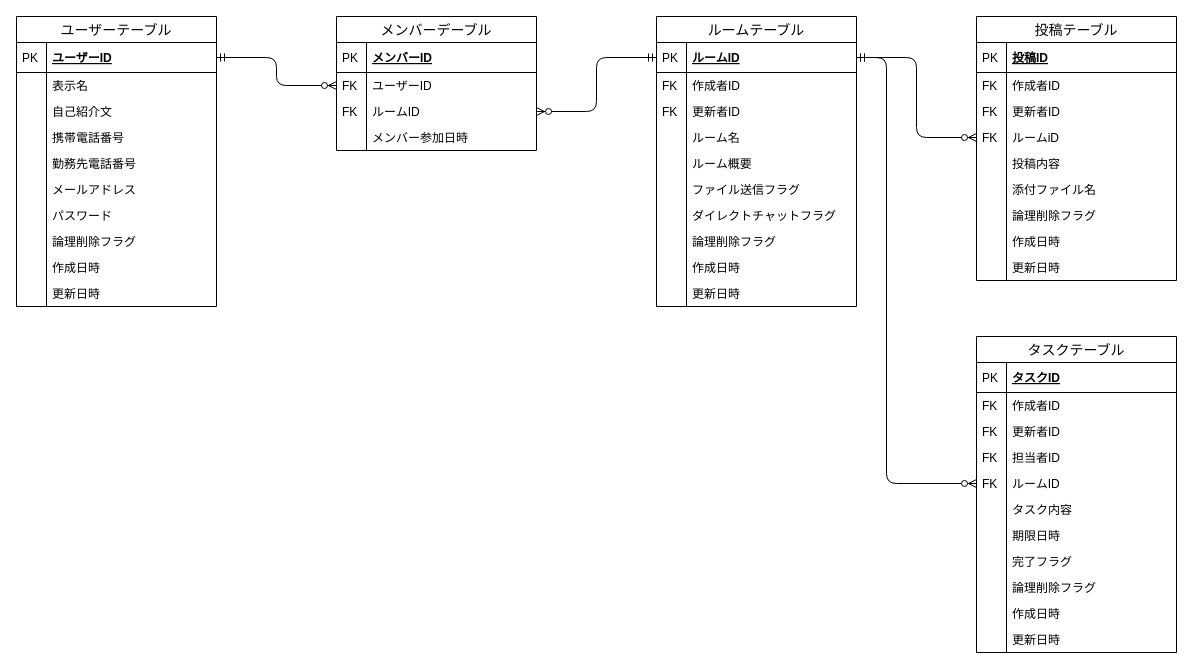
fu10ta/quelcode-db keeps this draw.io diagram as db/db-challenge1/chatwork.dio. Above is the earlier version. Source tidied: cells renumbered, new cells numbered last; positions are measured from the earlier drawing's top-left corner, leaving out a move shared by most shapes. Both pictures are drawn from the tidied source at 100%, with x=0, y=0 at pixel (16, 16).
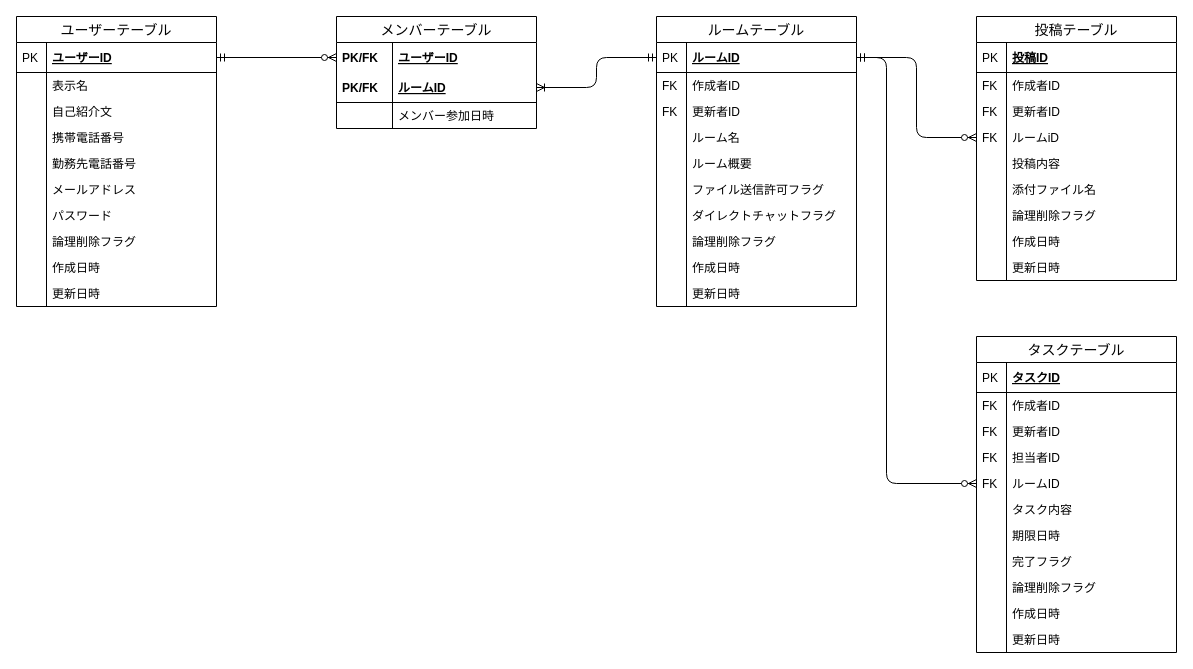
The same page after the edit.

Commit message:
レビュー修正

Unchanged cells that the change refers to:
```xml
<mxCell id="33" value="ルームテーブル" style="swimlane;fontStyle=0;horizontal=1;startSize=26;align=center;fontSize=14;" parent="1" vertex="1">
  <mxGeometry x="640" width="200" height="290" as="geometry" />
</mxCell>
<mxCell id="34" value="ルームID" style="shape=partialRectangle;top=0;left=0;right=0;bottom=1;align=left;verticalAlign=middle;fillColor=none;spacingLeft=34;spacingRight=4;overflow=hidden;points=[[0,0.5],[1,0.5]];portConstraint=eastwest;fontStyle=5;fontSize=12;" parent="33" vertex="1">
  <mxGeometry y="26" width="200" height="30" as="geometry" />
</mxCell>
```

Diff of the diagram source:
```diff
@@
-    <mxCell id="24" value="メンバーデーブル" style="swimlane;fontStyle=0;horizontal=1;startSize=26;align=center;fontSize=14;" parent="1" vertex="1">
-      <mxGeometry x="320" width="200" height="134" as="geometry" />
-    </mxCell>
-    <mxCell id="25" value="メンバーID" style="shape=partialRectangle;top=0;left=0;right=0;bottom=1;align=left;verticalAlign=middle;fillColor=none;spacingLeft=34;spacingRight=4;overflow=hidden;fontStyle=5;fontSize=12;" parent="24" vertex="1">
-      <mxGeometry y="26" width="200" height="30" as="geometry" />
-    </mxCell>
-    <mxCell id="26" value="PK" style="shape=partialRectangle;top=0;left=0;bottom=0;fillColor=none;align=left;verticalAlign=middle;spacingLeft=4;spacingRight=4;overflow=hidden;fontSize=12;" parent="25" vertex="1">
-      <mxGeometry width="30" height="30" as="geometry" />
-    </mxCell>
-    <mxCell id="27" value="ユーザーID" style="shape=partialRectangle;top=0;left=0;right=0;bottom=0;align=left;verticalAlign=top;fillColor=none;spacingLeft=34;spacingRight=4;overflow=hidden;points=[[0,0.5],[1,0.5]];portConstraint=eastwest;fontSize=12;" parent="24" vertex="1">
-      <mxGeometry y="56" width="200" height="26" as="geometry" />
-    </mxCell>
-    <mxCell id="28" value="FK" style="shape=partialRectangle;top=0;left=0;bottom=0;fillColor=none;align=left;verticalAlign=top;spacingLeft=4;spacingRight=4;overflow=hidden;fontSize=12;" parent="27" vertex="1">
-      <mxGeometry width="30" height="26" as="geometry" />
-    </mxCell>
-    <mxCell id="29" value="ルームID" style="shape=partialRectangle;top=0;left=0;right=0;bottom=0;align=left;verticalAlign=top;fillColor=none;spacingLeft=34;spacingRight=4;overflow=hidden;points=[[0,0.5],[1,0.5]];portConstraint=eastwest;fontSize=12;" parent="24" vertex="1">
-      <mxGeometry y="82" width="200" height="26" as="geometry" />
-    </mxCell>
-    <mxCell id="30" value="FK" style="shape=partialRectangle;top=0;left=0;bottom=0;fillColor=none;align=left;verticalAlign=top;spacingLeft=4;spacingRight=4;overflow=hidden;fontSize=12;" parent="29" vertex="1">
-      <mxGeometry width="30" height="26" as="geometry" />
-    </mxCell>
-    <mxCell id="31" value="メンバー参加日時" style="shape=partialRectangle;top=0;left=0;right=0;bottom=0;align=left;verticalAlign=top;fillColor=none;spacingLeft=34;spacingRight=4;overflow=hidden;fontSize=12;" parent="24" vertex="1">
-      <mxGeometry y="108" width="200" height="26" as="geometry" />
-    </mxCell>
-    <mxCell id="32" style="shape=partialRectangle;top=0;left=0;bottom=0;fillColor=none;align=left;verticalAlign=top;spacingLeft=4;spacingRight=4;overflow=hidden;fontSize=12;" parent="31" vertex="1">
-      <mxGeometry width="30" height="26" as="geometry" />
-    </mxCell>
@@
-    <mxCell id="44" value="ファイル送信フラグ" style="shape=partialRectangle;top=0;left=0;right=0;bottom=0;align=left;verticalAlign=top;fillColor=none;spacingLeft=34;spacingRight=4;overflow=hidden;fontSize=12;" parent="33" vertex="1">
+    <mxCell id="44" value="ファイル送信許可フラグ" style="shape=partialRectangle;top=0;left=0;right=0;bottom=0;align=left;verticalAlign=top;fillColor=none;spacingLeft=34;spacingRight=4;overflow=hidden;fontSize=12;" parent="33" vertex="1">
       <mxGeometry y="160" width="200" height="26" as="geometry" />
     </mxCell>
@@
-    <mxCell id="54" style="fontSize=12;html=1;endArrow=ERzeroToMany;startArrow=ERmandOne;entryX=1;entryY=0.5;entryDx=0;entryDy=0;exitX=0;exitY=0.5;exitDx=0;exitDy=0;edgeStyle=orthogonalEdgeStyle;" parent="1" edge="1" source="34" target="29">
-      <mxGeometry relative="1" as="geometry" />
-    </mxCell>
@@
+    <mxCell id="99" value="メンバーテーブル" style="swimlane;fontStyle=0;horizontal=1;startSize=26;align=center;fontSize=14;" parent="1" vertex="1">
+      <mxGeometry x="320" width="200" height="112" as="geometry" />
+    </mxCell>
+    <mxCell id="27" value="ユーザーID" style="shape=partialRectangle;top=0;left=0;right=0;bottom=0;align=left;verticalAlign=middle;fillColor=none;spacingLeft=60;spacingRight=4;overflow=hidden;points=[[0,0.5],[1,0.5]];portConstraint=eastwest;fontStyle=5;fontSize=12;" parent="99" vertex="1">
+      <mxGeometry y="26" width="200" height="30" as="geometry" />
+    </mxCell>
+    <mxCell id="100" value="PK/FK" style="shape=partialRectangle;fontStyle=1;top=0;left=0;bottom=0;fillColor=none;align=left;verticalAlign=middle;spacingLeft=4;spacingRight=4;overflow=hidden;fontSize=12;" parent="27" vertex="1">
+      <mxGeometry width="56" height="30" as="geometry" />
+    </mxCell>
+    <mxCell id="29" value="ルームID" style="shape=partialRectangle;top=0;left=0;right=0;bottom=1;align=left;verticalAlign=middle;fillColor=none;spacingLeft=60;spacingRight=4;overflow=hidden;points=[[0,0.5],[1,0.5]];portConstraint=eastwest;fontStyle=5;fontSize=12;" parent="99" vertex="1">
+      <mxGeometry y="56" width="200" height="30" as="geometry" />
+    </mxCell>
+    <mxCell id="101" value="PK/FK" style="shape=partialRectangle;fontStyle=1;top=0;left=0;bottom=0;fillColor=none;align=left;verticalAlign=middle;spacingLeft=4;spacingRight=4;overflow=hidden;fontSize=12;" parent="29" vertex="1">
+      <mxGeometry width="56" height="30" as="geometry" />
+    </mxCell>
+    <mxCell id="31" value="メンバー参加日時" style="shape=partialRectangle;top=0;left=0;right=0;bottom=0;align=left;verticalAlign=top;fillColor=none;spacingLeft=60;spacingRight=4;overflow=hidden;fontSize=12;" parent="99" vertex="1">
+      <mxGeometry y="86" width="200" height="26" as="geometry" />
+    </mxCell>
+    <mxCell id="102" style="shape=partialRectangle;top=0;left=0;bottom=0;fillColor=none;align=left;verticalAlign=top;spacingLeft=4;spacingRight=4;overflow=hidden;fontSize=12;" parent="31" vertex="1">
+      <mxGeometry width="56" height="26" as="geometry" />
+    </mxCell>
+    <mxCell id="54" style="edgeStyle=orthogonalEdgeStyle;fontSize=12;html=1;endArrow=ERoneToMany;startArrow=ERmandOne;entryX=1;entryY=0.5;entryDx=0;entryDy=0;exitX=0;exitY=0.5;exitDx=0;exitDy=0;" parent="1" edge="1" source="34" target="29">
+      <mxGeometry relative="1" as="geometry" />
+    </mxCell>
```
